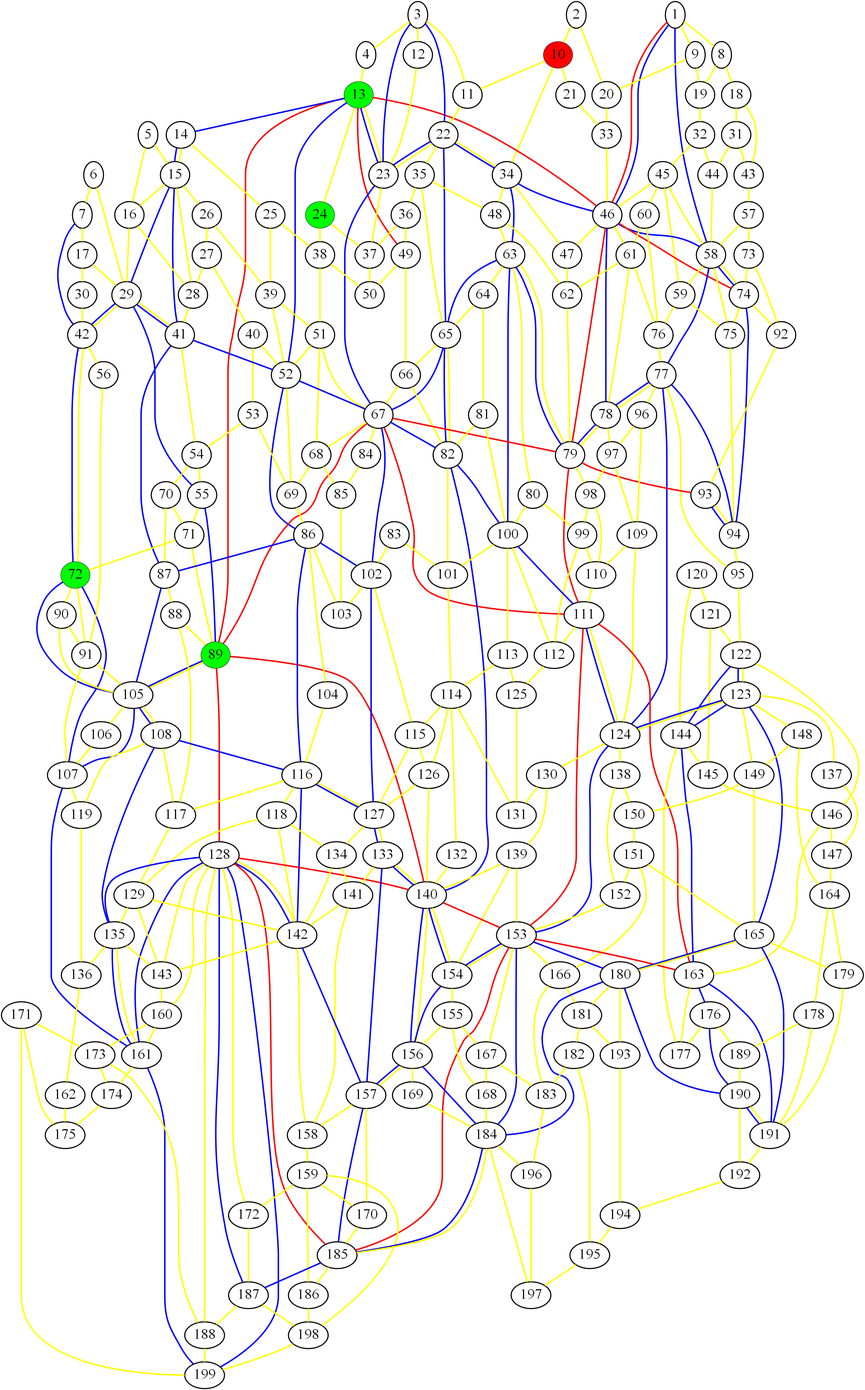
Above: graph_7.png in ed-churchill/complex-systems-project (Graphviz), before the change. Its source is kept beside it as graph_7.gv.
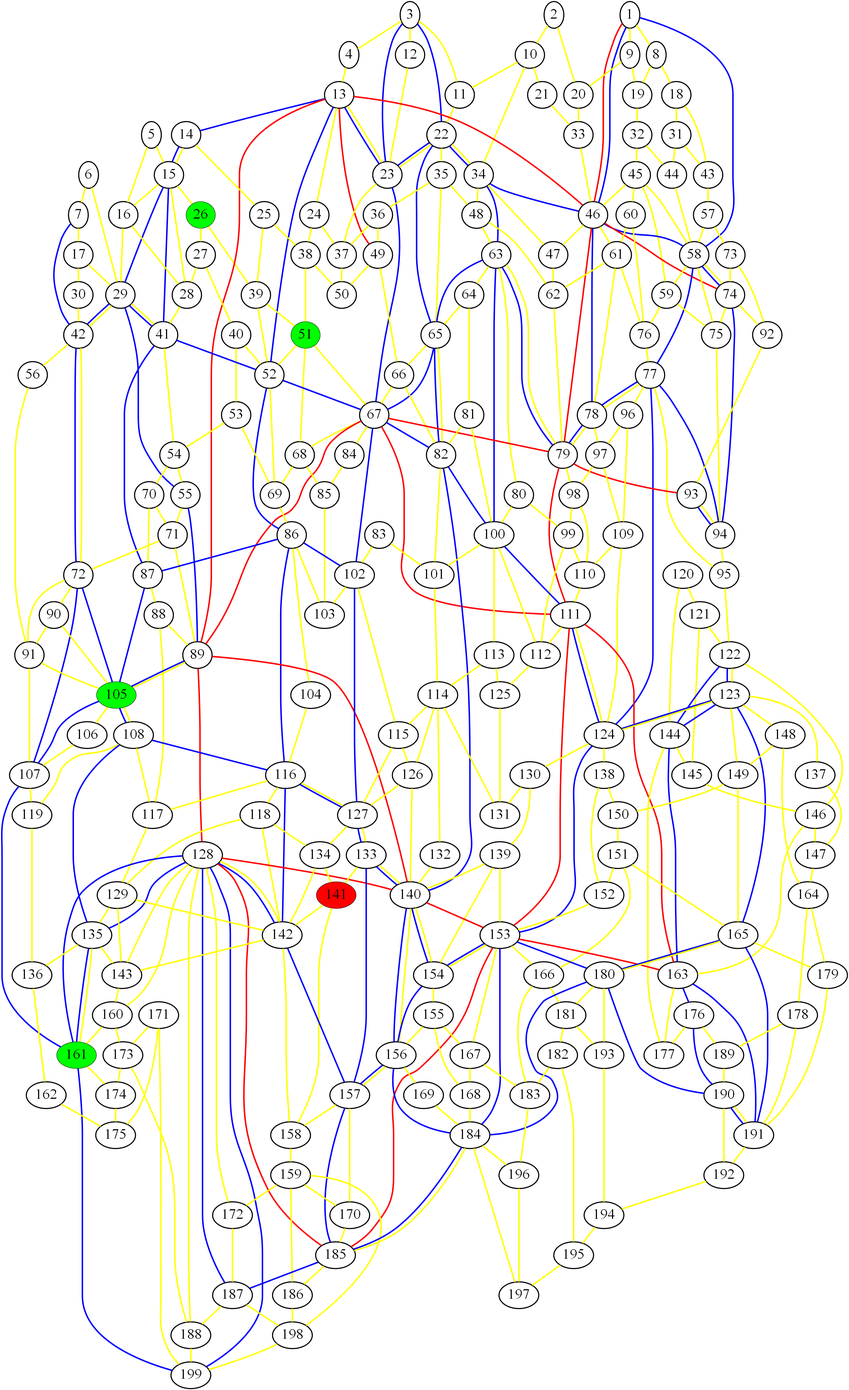
Above is the later version.

The edit, as a diff of the source:
```diff
@@ -1,9 +1,9 @@
 graph london_graph {
-10 [fillcolor=red, fontsize=40, pendwidth=3, style=filled];
-72 [fillcolor=green, fontsize=40, pendwidth=3, style=filled];
-13 [fillcolor=green, fontsize=40, pendwidth=3, style=filled];
-89 [fillcolor=green, fontsize=40, pendwidth=3, style=filled];
-24 [fillcolor=green, fontsize=40, pendwidth=3, style=filled];
+141 [fillcolor=red, fontsize=40, pendwidth=3, style=filled];
+161 [fillcolor=green, fontsize=40, pendwidth=3, style=filled];
+26 [fillcolor=green, fontsize=40, pendwidth=3, style=filled];
+51 [fillcolor=green, fontsize=40, pendwidth=3, style=filled];
+105 [fillcolor=green, fontsize=40, pendwidth=3, style=filled];
 1 [fontsize=40, penwidth=3];
 2 [fontsize=40, penwidth=3];
 3 [fontsize=40, penwidth=3];
@@ -13,8 +13,10 @@
 7 [fontsize=40, penwidth=3];
 8 [fontsize=40, penwidth=3];
 9 [fontsize=40, penwidth=3];
+10 [fontsize=40, penwidth=3];
 11 [fontsize=40, penwidth=3];
 12 [fontsize=40, penwidth=3];
+13 [fontsize=40, penwidth=3];
 14 [fontsize=40, penwidth=3];
 15 [fontsize=40, penwidth=3];
 16 [fontsize=40, penwidth=3];
@@ -25,8 +27,8 @@
 21 [fontsize=40, penwidth=3];
 22 [fontsize=40, penwidth=3];
 23 [fontsize=40, penwidth=3];
+24 [fontsize=40, penwidth=3];
 25 [fontsize=40, penwidth=3];
-26 [fontsize=40, penwidth=3];
 27 [fontsize=40, penwidth=3];
 28 [fontsize=40, penwidth=3];
 29 [fontsize=40, penwidth=3];
@@ -51,7 +53,6 @@
 48 [fontsize=40, penwidth=3];
 49 [fontsize=40, penwidth=3];
 50 [fontsize=40, penwidth=3];
-51 [fontsize=40, penwidth=3];
 52 [fontsize=40, penwidth=3];
 53 [fontsize=40, penwidth=3];
 54 [fontsize=40, penwidth=3];
@@ -72,6 +73,7 @@
 69 [fontsize=40, penwidth=3];
 70 [fontsize=40, penwidth=3];
 71 [fontsize=40, penwidth=3];
+72 [fontsize=40, penwidth=3];
 73 [fontsize=40, penwidth=3];
 74 [fontsize=40, penwidth=3];
 75 [fontsize=40, penwidth=3];
@@ -88,6 +90,7 @@
 86 [fontsize=40, penwidth=3];
 87 [fontsize=40, penwidth=3];
 88 [fontsize=40, penwidth=3];
+89 [fontsize=40, penwidth=3];
 90 [fontsize=40, penwidth=3];
 91 [fontsize=40, penwidth=3];
 92 [fontsize=40, penwidth=3];
@@ -103,7 +106,6 @@
 102 [fontsize=40, penwidth=3];
 103 [fontsize=40, penwidth=3];
 104 [fontsize=40, penwidth=3];
-105 [fontsize=40, penwidth=3];
 106 [fontsize=40, penwidth=3];
 107 [fontsize=40, penwidth=3];
 108 [fontsize=40, penwidth=3];
@@ -139,7 +141,6 @@
 138 [fontsize=40, penwidth=3];
 139 [fontsize=40, penwidth=3];
 140 [fontsize=40, penwidth=3];
-141 [fontsize=40, penwidth=3];
 142 [fontsize=40, penwidth=3];
 143 [fontsize=40, penwidth=3];
 144 [fontsize=40, penwidth=3];
@@ -159,7 +160,6 @@
 158 [fontsize=40, penwidth=3];
 159 [fontsize=40, penwidth=3];
 160 [fontsize=40, penwidth=3];
-161 [fontsize=40, penwidth=3];
 162 [fontsize=40, penwidth=3];
 163 [fontsize=40, penwidth=3];
 164 [fontsize=40, penwidth=3];
```
